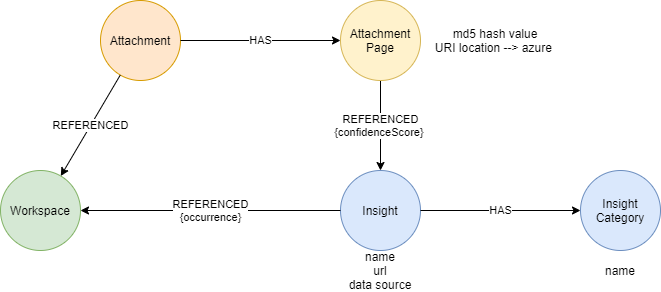
Above: DataModels/images/NLPModel.png in dxc-technology/dxc-digitalexplorer (draw.io), before the change. Source tidied: cells renumbered, new cells last; positions are measured from the earlier drawing's top-left corner, leaving out a move shared by most shapes.
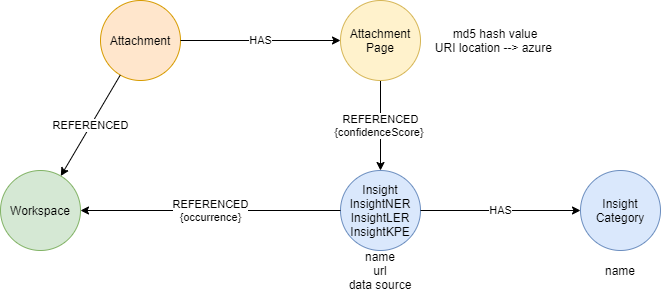
Later version of the same file.

Change to the diagram source:
```diff
@@ -8,22 +8,22 @@
     <mxCell id="3" value="Attachment" style="ellipse;whiteSpace=wrap;html=1;fillColor=#ffe6cc;strokeColor=#d79b00;" parent="1" vertex="1">
       <mxGeometry x="100" width="80" height="80" as="geometry" />
     </mxCell>
-    <mxCell id="4" value="Insight" style="ellipse;whiteSpace=wrap;html=1;fillColor=#dae8fc;strokeColor=#6c8ebf;" parent="1" vertex="1">
-      <mxGeometry x="340" y="170" width="80" height="80" as="geometry" />
-    </mxCell>
+    <mxCell id="15" value="Insight&lt;br&gt;InsightNER&lt;br&gt;InsightLER&lt;br&gt;InsightKPE" style="ellipse;whiteSpace=wrap;html=1;fillColor=#dae8fc;strokeColor=#6c8ebf;" parent="1" vertex="1">
+      <mxGeometry x="340" y="170" width="80" height="80" as="geometry" />
+    </mxCell>
     <mxCell id="5" value="Insight&lt;br&gt;Category" style="ellipse;whiteSpace=wrap;html=1;fillColor=#dae8fc;strokeColor=#6c8ebf;" parent="1" vertex="1">
       <mxGeometry x="580" y="170" width="80" height="80" as="geometry" />
     </mxCell>
-    <mxCell id="6" value="REFERENCED&lt;br&gt;{confidenceScore}&amp;nbsp;" style="endArrow=classic;html=1;" parent="1" edge="1" source="10" target="4">
+    <mxCell id="6" value="REFERENCED&lt;br&gt;{confidenceScore}&amp;nbsp;" style="endArrow=classic;html=1;" parent="1" edge="1" source="10" target="15">
       <mxGeometry relative="1" as="geometry" />
     </mxCell>
-    <mxCell id="7" value="HAS" style="endArrow=classic;html=1;" parent="1" edge="1" source="4" target="5">
-      <mxGeometry relative="1" as="geometry" />
-    </mxCell>
+    <mxCell id="16" value="HAS" style="endArrow=classic;html=1;" parent="1" edge="1" source="15" target="5">
+      <mxGeometry relative="1" as="geometry" />
+    </mxCell>
     <mxCell id="8" value="REFERENCED" style="endArrow=classic;html=1;" parent="1" edge="1" source="3" target="2">
       <mxGeometry relative="1" as="geometry" />
     </mxCell>
-    <mxCell id="9" value="&lt;span style=&quot;color: rgb(0 , 0 , 0) ; font-family: &amp;#34;helvetica&amp;#34; ; font-size: 11px ; font-style: normal ; font-weight: 400 ; letter-spacing: normal ; text-align: center ; text-indent: 0px ; text-transform: none ; word-spacing: 0px ; background-color: rgb(255 , 255 , 255) ; display: inline ; float: none&quot;&gt;REFERENCED&lt;br&gt;&lt;/span&gt;{occurrence}" style="endArrow=classic;html=1;" parent="1" edge="1" source="4" target="2">
+    <mxCell id="9" value="&lt;span style=&quot;color: rgb(0 , 0 , 0) ; font-family: &amp;#34;helvetica&amp;#34; ; font-size: 11px ; font-style: normal ; font-weight: 400 ; letter-spacing: normal ; text-align: center ; text-indent: 0px ; text-transform: none ; word-spacing: 0px ; background-color: rgb(255 , 255 , 255) ; display: inline ; float: none&quot;&gt;REFERENCED&lt;br&gt;&lt;/span&gt;{occurrence}" style="endArrow=classic;html=1;" parent="1" edge="1" source="15" target="2">
       <mxGeometry relative="1" as="geometry" />
     </mxCell>
     <mxCell id="10" value="Attachment&lt;br&gt;Page" style="ellipse;whiteSpace=wrap;html=1;fillColor=#fff2cc;strokeColor=#d6b656;" parent="1" vertex="1">
```
